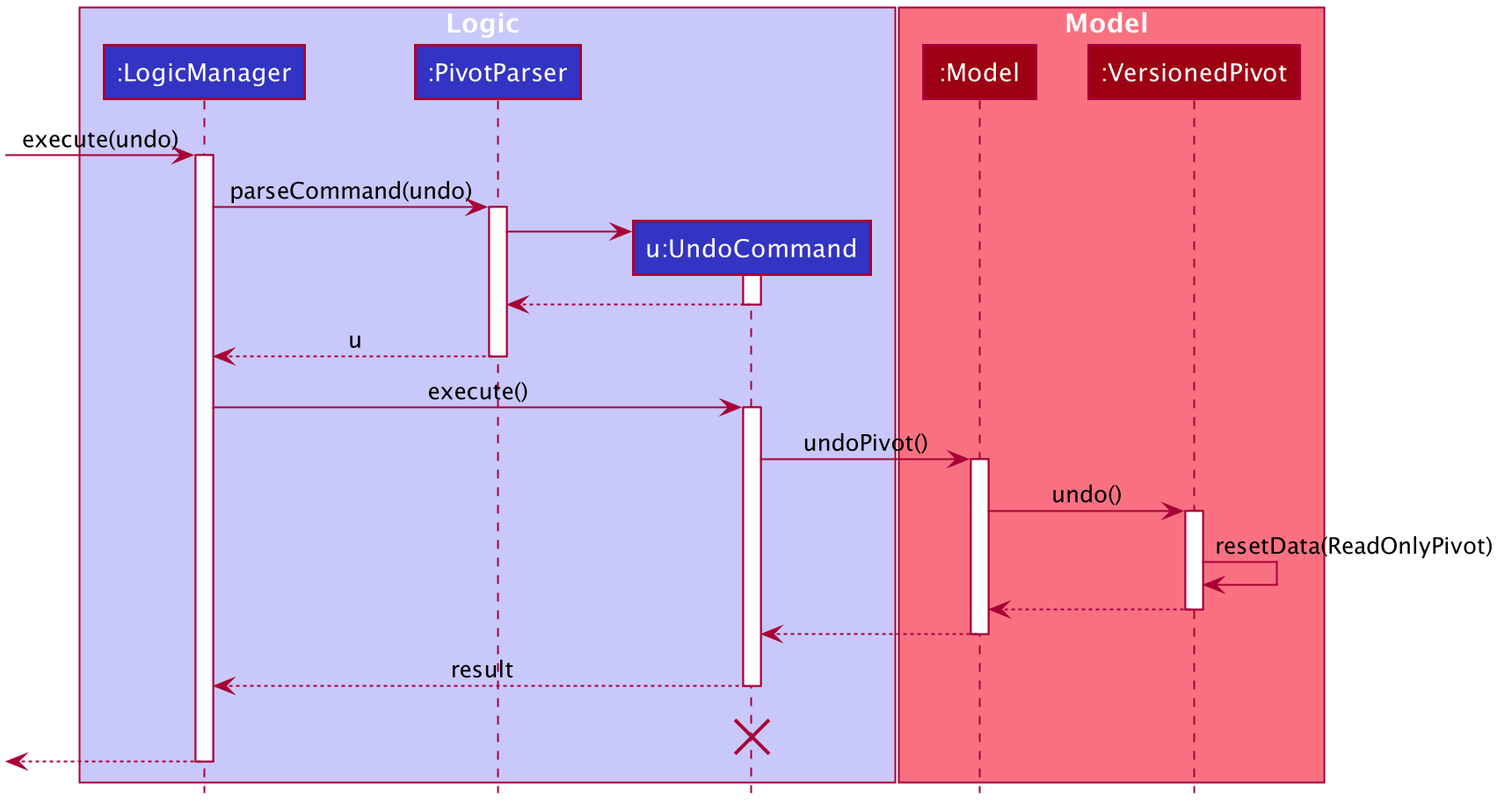
This is docs/images/UndoSequenceDiagram.png from nus-cs2103-AY2021S1/tp, a PlantUML export, as it was before one commit.
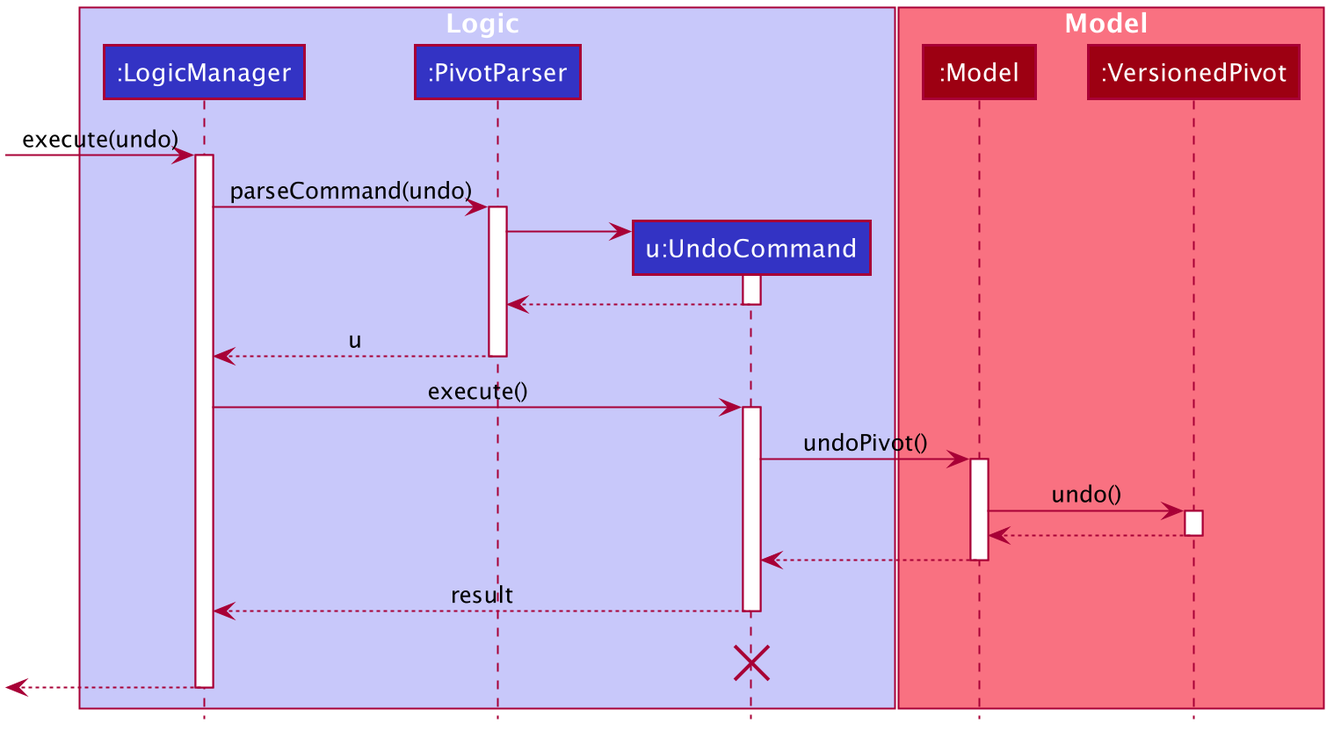
After the commit.

What changed in the source:
```diff
@@ -1,4 +1,5 @@
 @startuml
+
 
 
 
@@ -83,7 +84,6 @@
 Model -> VersionedPivot : undo()
 activate VersionedPivot
 
-VersionedPivot -> VersionedPivot :resetData(ReadOnlyPivot)
 VersionedPivot --> Model :
 deactivate VersionedPivot
 
```
